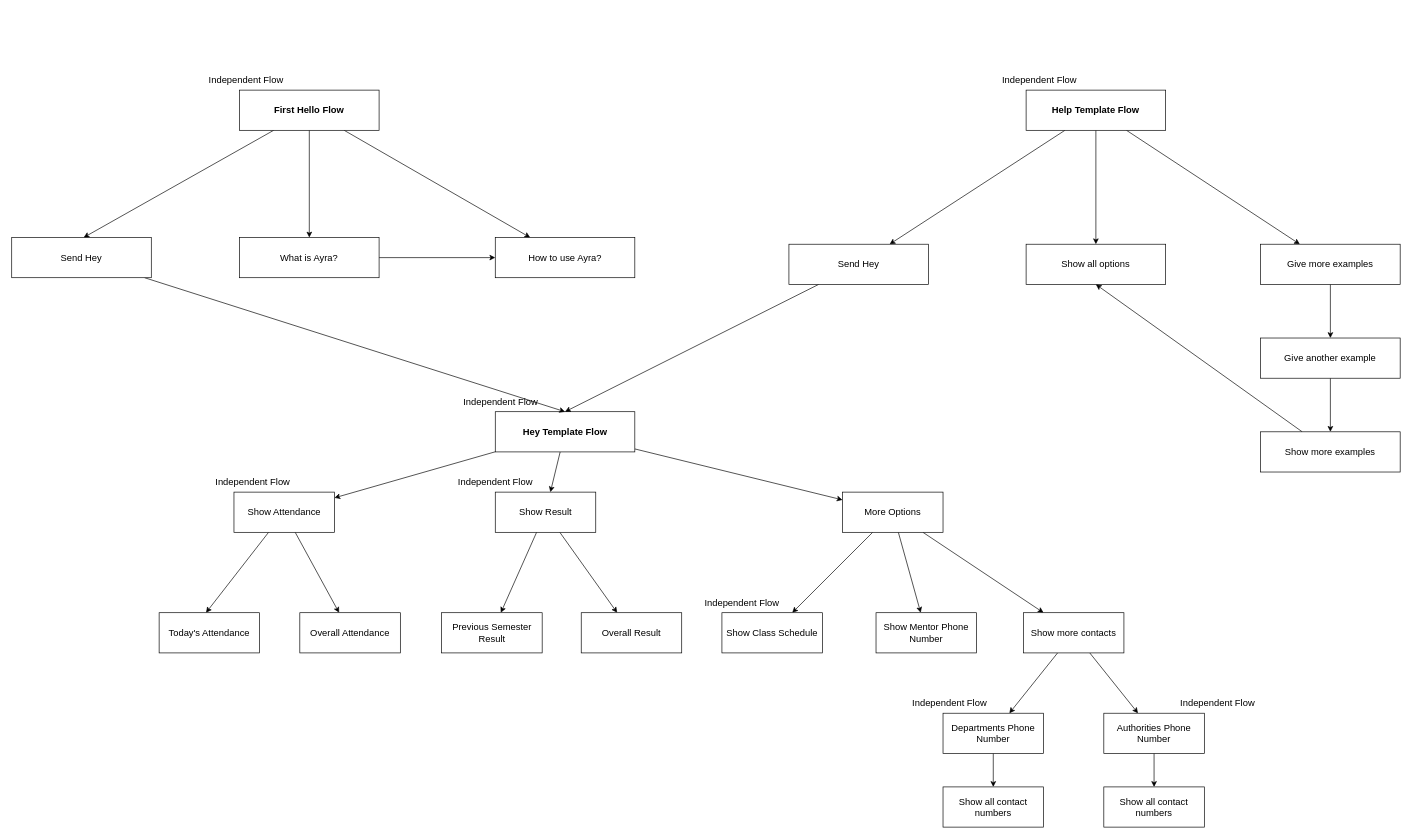
Before: whiteboard/menu.drawio in suyash-purwar/ayra, a draw.io diagram. Source tidied: cells renumbered, new cells numbered last; positions are measured from the earlier drawing's top-left corner, leaving out a move shared by most shapes. Both pictures are drawn from the tidied source at 67%, with x=0, y=0 at pixel (11, 70).
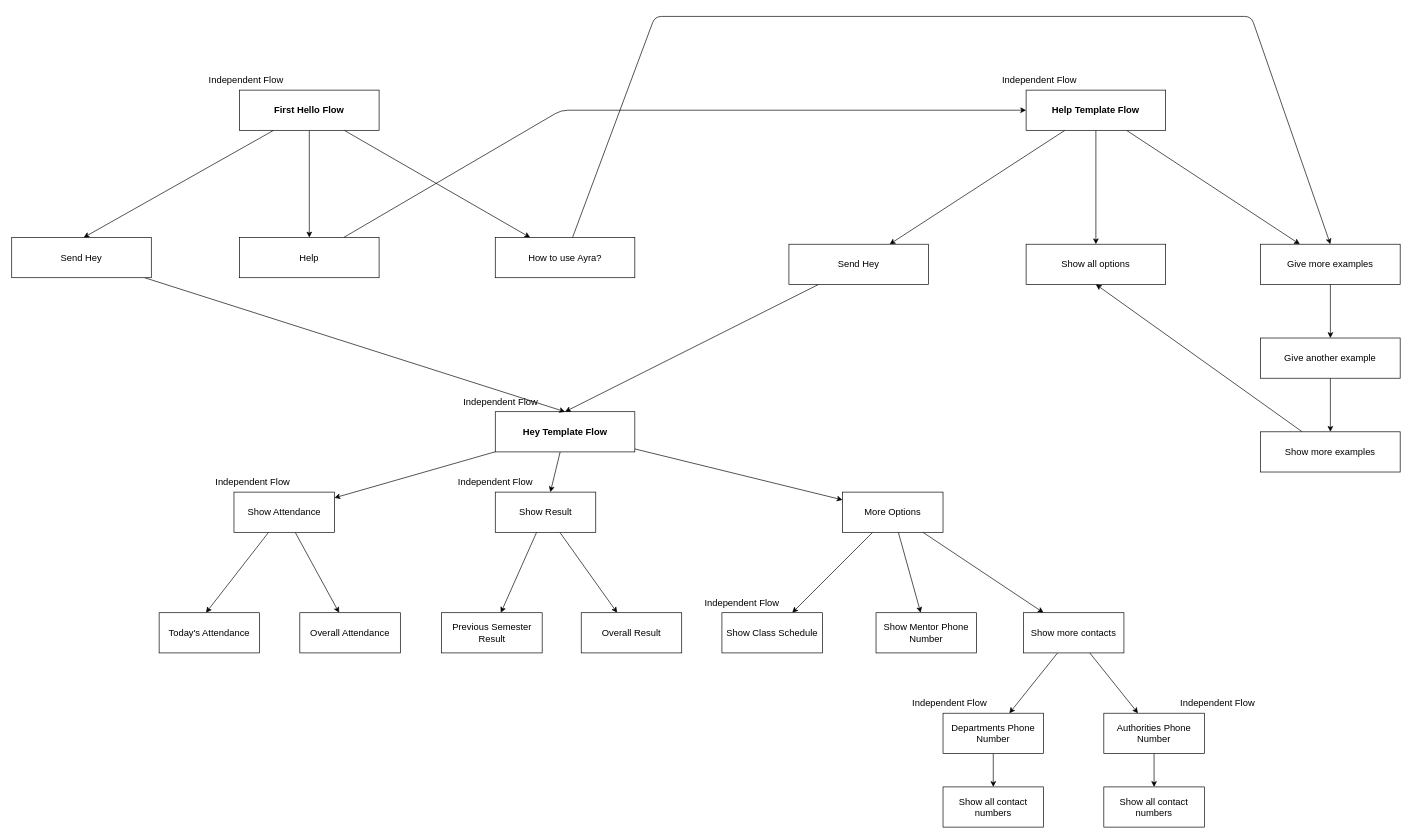
After the change.

Commit message (it also covers changes not shown here):
fix: how to use Ayra option

The change refers to these unchanged cells:
```xml
<mxCell id="34" value="&lt;font style=&quot;font-size: 14px;&quot;&gt;&lt;b style=&quot;font-size: 14px;&quot;&gt;Help Template Flow&lt;/b&gt;&lt;/font&gt;" style="rounded=0;whiteSpace=wrap;html=1;fontSize=14;" parent="1" vertex="1">
  <mxGeometry x="1514" y="30" width="208.3" height="60" as="geometry" />
</mxCell>
<mxCell id="39" value="&lt;font style=&quot;font-size: 14px;&quot;&gt;&lt;span style=&quot;font-size: 14px;&quot;&gt;Give more examples&lt;/span&gt;&lt;/font&gt;" style="rounded=0;whiteSpace=wrap;html=1;fontSize=14;" parent="1" vertex="1">
  <mxGeometry x="1864" y="260" width="208.3" height="60" as="geometry" />
</mxCell>
<mxCell id="55" value="&lt;font style=&quot;font-size: 14px;&quot;&gt;&lt;span style=&quot;font-size: 14px;&quot;&gt;How to use Ayra?&lt;/span&gt;&lt;/font&gt;" style="rounded=0;whiteSpace=wrap;html=1;fontSize=14;" parent="1" vertex="1">
  <mxGeometry x="721.7" y="250" width="208.3" height="60" as="geometry" />
</mxCell>
```

The edit, as a diff of the source:
```diff
@@
-    <mxCell id="53" style="edgeStyle=none;html=1;strokeWidth=1;fontSize=16;" parent="1" edge="1" source="54" target="55">
-      <mxGeometry relative="1" as="geometry" />
-    </mxCell>
+    <mxCell id="61" style="edgeStyle=none;html=1;" parent="1" edge="1" source="54" target="34">
+      <mxGeometry relative="1" as="geometry">
+        <Array as="points">
+          <mxPoint x="820" y="60" />
+        </Array>
+      </mxGeometry>
+    </mxCell>
-    <mxCell id="54" value="&lt;font style=&quot;font-size: 14px;&quot;&gt;&lt;span style=&quot;font-size: 14px;&quot;&gt;What is Ayra?&lt;/span&gt;&lt;/font&gt;" style="rounded=0;whiteSpace=wrap;html=1;fontSize=14;" parent="1" vertex="1">
+    <mxCell id="54" value="&lt;font style=&quot;font-size: 14px;&quot;&gt;&lt;span style=&quot;font-size: 14px;&quot;&gt;Help&lt;/span&gt;&lt;/font&gt;" style="rounded=0;whiteSpace=wrap;html=1;fontSize=14;" parent="1" vertex="1">
       <mxGeometry x="340" y="250" width="208.3" height="60" as="geometry" />
     </mxCell>
+    <mxCell id="62" style="edgeStyle=none;html=1;entryX=0.5;entryY=0;entryDx=0;entryDy=0;" parent="1" edge="1" source="55" target="39">
+      <mxGeometry relative="1" as="geometry">
+        <Array as="points">
+          <mxPoint x="960" y="-80" />
+          <mxPoint x="1850" y="-80" />
+        </Array>
+      </mxGeometry>
+    </mxCell>
```
